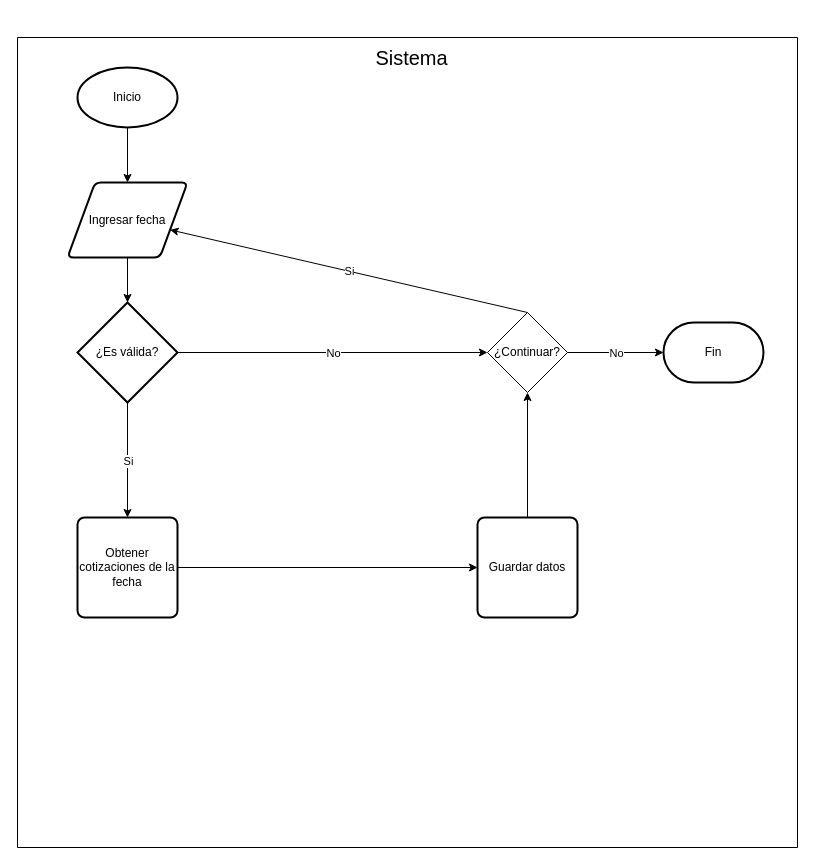
Before: Ej2-Proceso.drawio in mnlcz/interview-ej2, a draw.io diagram. Source tidied: cells renumbered, new cells numbered last; positions are measured from the earlier drawing's top-left corner, leaving out a move shared by most shapes. Both pictures are drawn from the tidied source at 100%, with x=0, y=0 at pixel (17, 17).
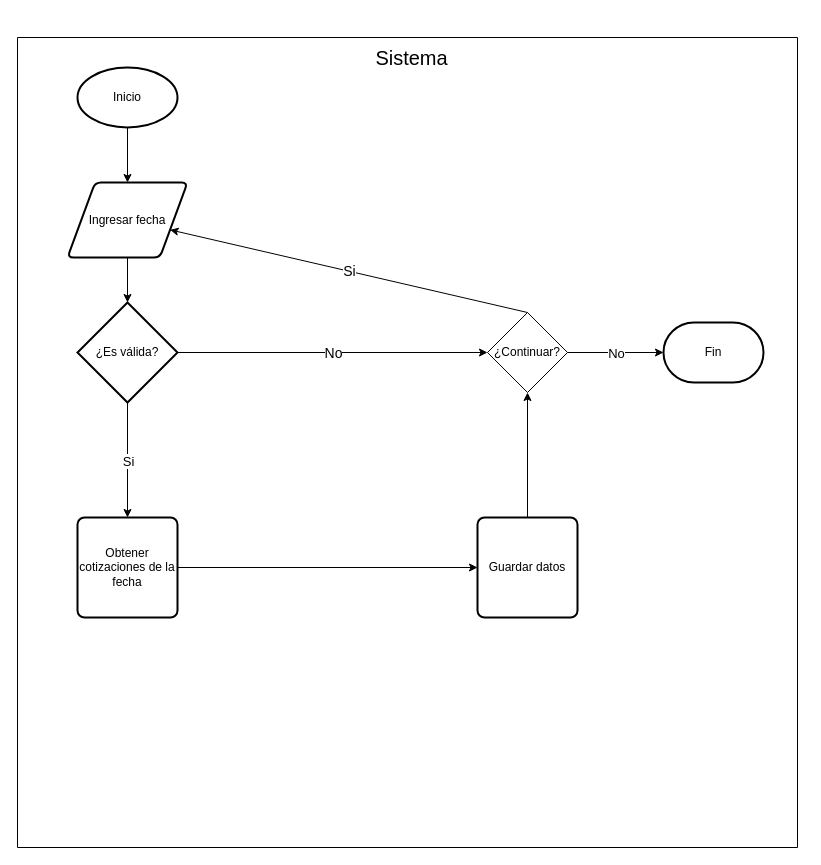
After the change.

Unchanged cells that the change refers to:
```xml
<mxCell id="11" style="endArrow=classic;html=1;rounded=0;exitX=1;exitY=0.5;exitDx=0;exitDy=0;exitPerimeter=0;" parent="3" edge="1" source="7" target="17">
  <mxGeometry relative="1" as="geometry" />
</mxCell>
<mxCell id="13" style="endArrow=classic;html=1;rounded=0;exitX=0.5;exitY=1;exitDx=0;exitDy=0;exitPerimeter=0;" parent="3" edge="1" source="7" target="8">
  <mxGeometry relative="1" as="geometry" />
</mxCell>
<mxCell id="19" style="endArrow=classic;html=1;rounded=0;exitX=0.5;exitY=0;exitDx=0;exitDy=0;" parent="3" edge="1" source="17" target="6">
  <mxGeometry relative="1" as="geometry" />
</mxCell>
<mxCell id="22" style="endArrow=classic;html=1;rounded=0;exitX=1;exitY=0.5;exitDx=0;exitDy=0;" parent="3" edge="1" source="17" target="21">
  <mxGeometry relative="1" as="geometry" />
</mxCell>
```

The edit, as a diff of the source:
```diff
@@
-    <mxCell id="12" value="No" style="edgeLabel;html=1;align=center;verticalAlign=middle;" parent="11" vertex="1">
+    <mxCell id="12" value="No" style="edgeLabel;html=1;align=center;verticalAlign=middle;fontSize=14;" parent="11" vertex="1">
       <mxGeometry relative="1" as="geometry" />
     </mxCell>
@@
-    <mxCell id="14" value="Si" style="edgeLabel;html=1;align=center;verticalAlign=middle;" parent="13" vertex="1">
+    <mxCell id="14" value="Si" style="edgeLabel;html=1;align=center;verticalAlign=middle;fontSize=13;" parent="13" vertex="1">
       <mxGeometry relative="1" as="geometry" />
     </mxCell>
@@
-    <mxCell id="20" value="Si" style="edgeLabel;html=1;align=center;verticalAlign=middle;" parent="19" vertex="1">
+    <mxCell id="20" value="Si" style="edgeLabel;html=1;align=center;verticalAlign=middle;fontSize=14;" parent="19" vertex="1">
       <mxGeometry relative="1" as="geometry" />
     </mxCell>
@@
-    <mxCell id="23" value="No" style="edgeLabel;html=1;align=center;verticalAlign=middle;" parent="22" vertex="1">
+    <mxCell id="23" value="No" style="edgeLabel;html=1;align=center;verticalAlign=middle;fontSize=13;" parent="22" vertex="1">
       <mxGeometry relative="1" as="geometry" />
     </mxCell>
```
